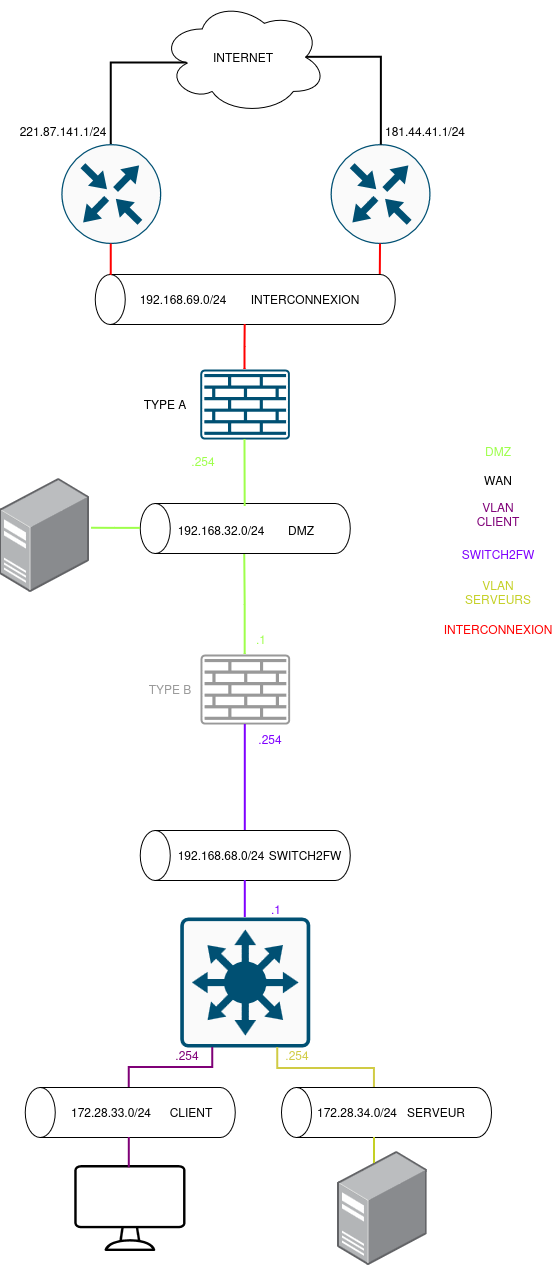
The draw.io diagram docs/assets/SchemaLogDMZ.drawio.png in DSISportLudique/SportLudique2Doc, before a commit. Source tidied: cells renumbered, new cells last; positions are measured from the earlier drawing's top-left corner, leaving out a move shared by most shapes.
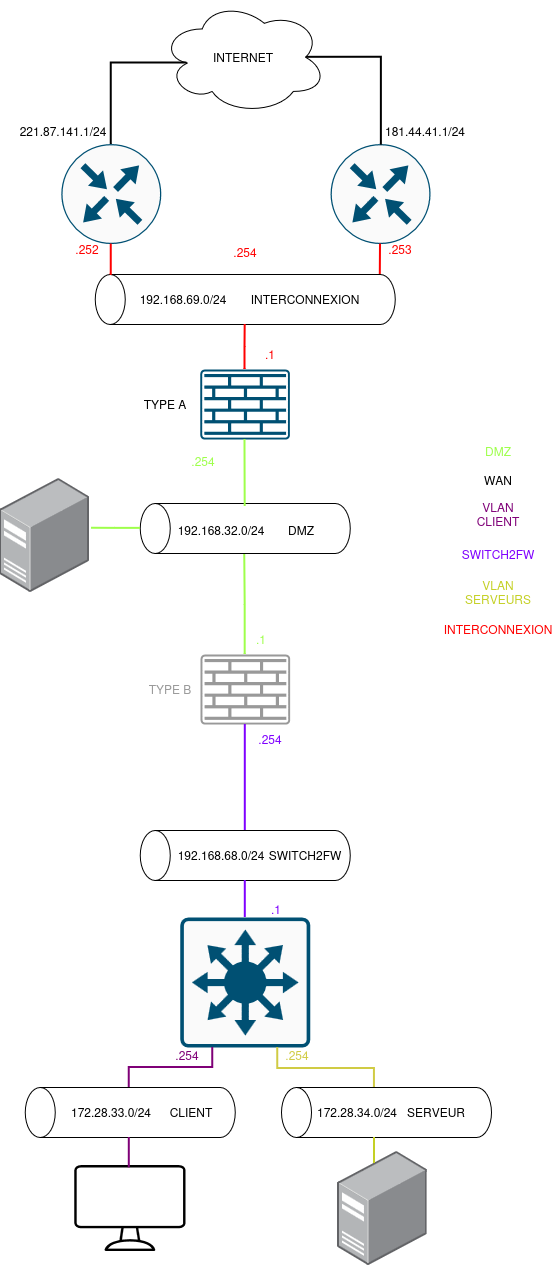
The same file after the commit.

Diff of the diagram source:
```diff
@@ -193,5 +193,17 @@
     <mxCell id="55" value="&lt;span style=&quot;color: rgb(255, 0, 0);&quot;&gt;INTERCONNEXION&lt;/span&gt;" style="text;html=1;whiteSpace=wrap;strokeColor=none;fillColor=none;align=center;verticalAlign=middle;rounded=0;" parent="1" vertex="1">
       <mxGeometry x="469" y="614" width="60" height="30" as="geometry" />
     </mxCell>
+    <mxCell id="56" value="&lt;div&gt;&lt;span style=&quot;color: rgb(255, 0, 0);&quot;&gt;.1&lt;/span&gt;&lt;/div&gt;" style="text;html=1;whiteSpace=wrap;strokeColor=none;fillColor=none;align=center;verticalAlign=middle;rounded=0;" parent="1" vertex="1">
+      <mxGeometry x="241" y="339" width="60" height="30" as="geometry" />
+    </mxCell>
+    <mxCell id="57" value="&lt;div&gt;&lt;span style=&quot;color: rgb(255, 0, 0);&quot;&gt;.254&lt;/span&gt;&lt;/div&gt;&lt;div&gt;&lt;span style=&quot;color: rgb(255, 0, 0);&quot;&gt;&lt;br&gt;&lt;/span&gt;&lt;/div&gt;" style="text;html=1;whiteSpace=wrap;strokeColor=none;fillColor=none;align=center;verticalAlign=middle;rounded=0;" parent="1" vertex="1">
+      <mxGeometry x="216" y="244" width="60" height="30" as="geometry" />
+    </mxCell>
+    <mxCell id="58" value="&lt;div&gt;&lt;span style=&quot;color: rgb(255, 0, 0);&quot;&gt;.252&lt;/span&gt;&lt;/div&gt;" style="text;html=1;whiteSpace=wrap;strokeColor=none;fillColor=none;align=center;verticalAlign=middle;rounded=0;" parent="1" vertex="1">
+      <mxGeometry x="58" y="234" width="60" height="30" as="geometry" />
+    </mxCell>
+    <mxCell id="59" value="&lt;div&gt;&lt;span style=&quot;color: rgb(255, 0, 0);&quot;&gt;.253&lt;/span&gt;&lt;/div&gt;" style="text;html=1;whiteSpace=wrap;strokeColor=none;fillColor=none;align=center;verticalAlign=middle;rounded=0;" parent="1" vertex="1">
+      <mxGeometry x="371" y="234" width="60" height="30" as="geometry" />
+    </mxCell>
   </root>
 </mxGraphModel>
```
